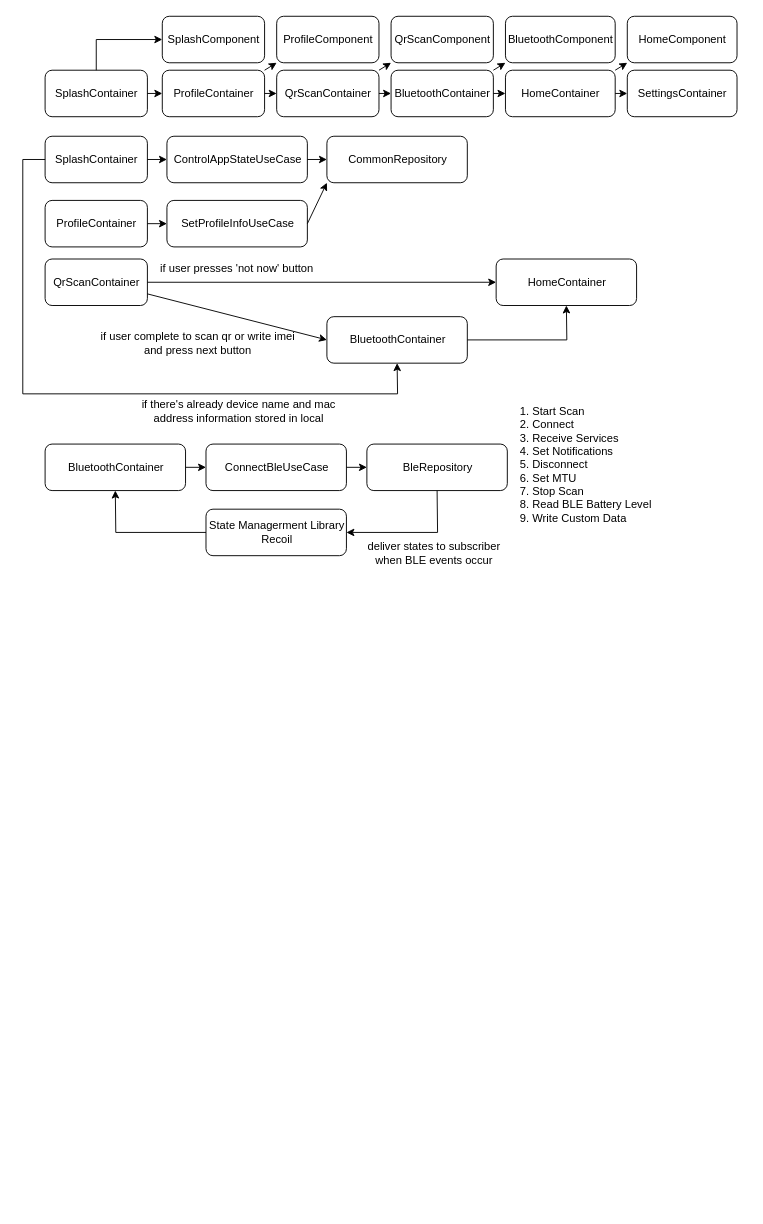
Earlier version of the draw.io diagram react_native/app_diagram.drawio (aidenkoog/awesome-app-architecture). Source tidied: cells renumbered, new cells numbered last; positions are measured from the earlier drawing's top-left corner, leaving out a move shared by most shapes. Both pictures are drawn from the tidied source at 93%, with x=0, y=0 at pixel (22, 16).
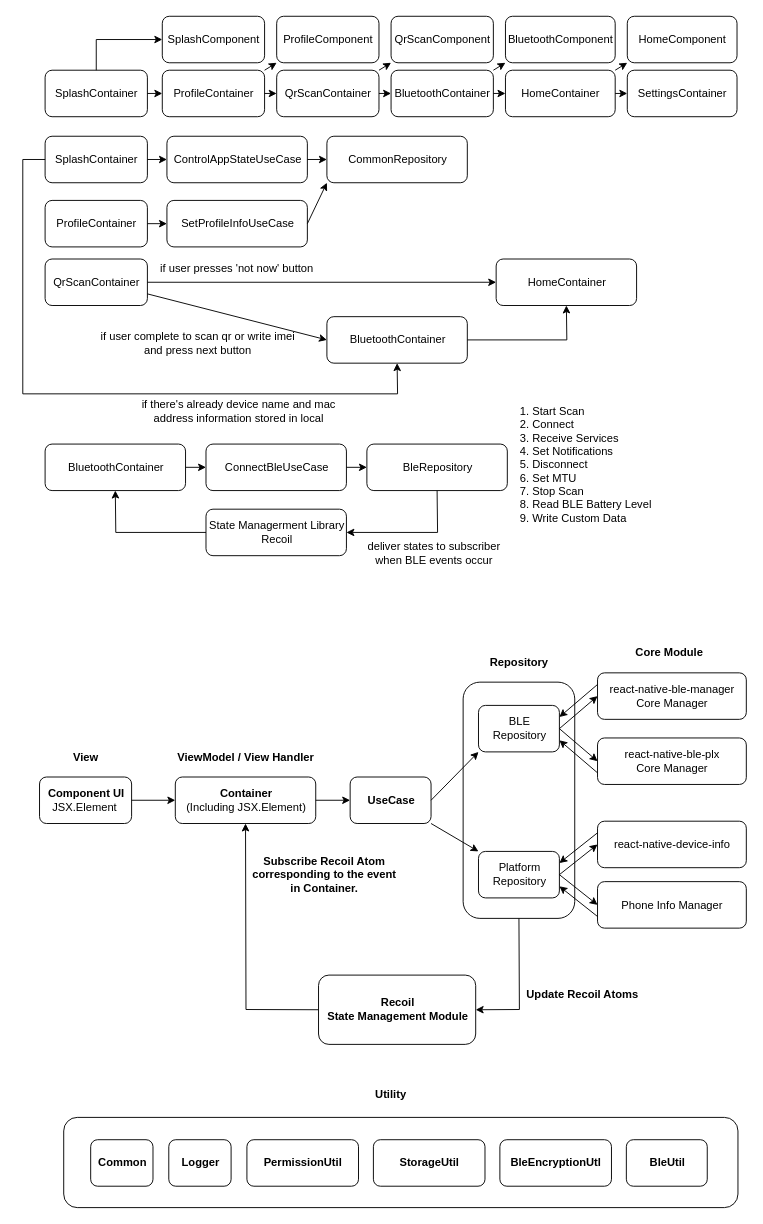
After the change.

Change to the diagram source:
```diff
@@
+    <mxCell id="52" style="rounded=1;whiteSpace=wrap;html=1;" parent="1" vertex="1">
+      <mxGeometry x="44" y="1184" width="725" height="97" as="geometry" />
+    </mxCell>
+    <mxCell id="53" style="rounded=1;whiteSpace=wrap;html=1;" parent="1" vertex="1">
+      <mxGeometry x="473.5" y="716" width="120" height="254" as="geometry" />
+    </mxCell>
@@
+    <mxCell id="54" value="&lt;b&gt;Component UI&lt;/b&gt;&lt;br&gt;JSX.Element&amp;nbsp;" style="html=1;rounded=1;" parent="1" vertex="1">
+      <mxGeometry x="18" y="818" width="99" height="50" as="geometry" />
+    </mxCell>
+    <mxCell id="55" value="&lt;b&gt;Container&lt;/b&gt;&lt;br&gt;(Including JSX.Element)" style="html=1;rounded=1;" parent="1" vertex="1">
+      <mxGeometry x="164" y="818" width="151" height="50" as="geometry" />
+    </mxCell>
+    <mxCell id="56" value="&lt;b&gt;UseCase&lt;/b&gt;" style="html=1;rounded=1;" parent="1" vertex="1">
+      <mxGeometry x="352" y="818" width="87" height="50" as="geometry" />
+    </mxCell>
+    <mxCell id="57" value="&lt;b&gt;Recoil&lt;br&gt;State Management Module&lt;/b&gt;" style="html=1;rounded=1;" parent="1" vertex="1">
+      <mxGeometry x="318" y="1031" width="169" height="74.5" as="geometry" />
+    </mxCell>
+    <mxCell id="58" value="Platform&lt;br&gt;Repository" style="html=1;rounded=1;" parent="1" vertex="1">
+      <mxGeometry x="490" y="898" width="87" height="50" as="geometry" />
+    </mxCell>
+    <mxCell id="59" value="BLE&lt;br&gt;Repository" style="html=1;rounded=1;" parent="1" vertex="1">
+      <mxGeometry x="490" y="741" width="87" height="50" as="geometry" />
+    </mxCell>
+    <mxCell id="60" value="react-native-ble-manager&lt;br&gt;Core Manager" style="html=1;rounded=1;" parent="1" vertex="1">
+      <mxGeometry x="618" y="706" width="160" height="50" as="geometry" />
+    </mxCell>
+    <mxCell id="61" value="react-native-ble-plx&lt;br&gt;Core Manager" style="html=1;rounded=1;" parent="1" vertex="1">
+      <mxGeometry x="618" y="776" width="160" height="50" as="geometry" />
+    </mxCell>
+    <mxCell id="62" value="react-native-device-info" style="html=1;rounded=1;" parent="1" vertex="1">
+      <mxGeometry x="618" y="865.5" width="160" height="50" as="geometry" />
+    </mxCell>
+    <mxCell id="63" value="Phone Info Manager" style="html=1;rounded=1;" parent="1" vertex="1">
+      <mxGeometry x="618" y="930.5" width="160" height="50" as="geometry" />
+    </mxCell>
+    <mxCell id="64" style="endArrow=classic;html=1;rounded=0;exitX=1;exitY=0.5;exitDx=0;exitDy=0;entryX=0;entryY=0.5;entryDx=0;entryDy=0;" parent="1" edge="1" source="54" target="55">
+      <mxGeometry relative="1" as="geometry" />
+    </mxCell>
+    <mxCell id="65" style="endArrow=classic;html=1;rounded=0;exitX=1;exitY=0.5;exitDx=0;exitDy=0;entryX=0;entryY=0.5;entryDx=0;entryDy=0;" parent="1" edge="1" source="55" target="56">
+      <mxGeometry relative="1" as="geometry" />
+    </mxCell>
+    <mxCell id="66" style="endArrow=classic;html=1;rounded=0;exitX=1;exitY=0.5;exitDx=0;exitDy=0;entryX=0;entryY=1;entryDx=0;entryDy=0;" parent="1" edge="1" source="56" target="59">
+      <mxGeometry relative="1" as="geometry" />
+    </mxCell>
+    <mxCell id="67" style="endArrow=classic;html=1;rounded=0;entryX=0;entryY=0;entryDx=0;entryDy=0;exitX=1;exitY=1;exitDx=0;exitDy=0;" parent="1" edge="1" source="56" target="58">
+      <mxGeometry relative="1" as="geometry" />
+    </mxCell>
+    <mxCell id="68" style="endArrow=classic;html=1;rounded=0;entryX=0;entryY=0.5;entryDx=0;entryDy=0;exitX=1;exitY=0.5;exitDx=0;exitDy=0;" parent="1" edge="1" source="59" target="60">
+      <mxGeometry relative="1" as="geometry" />
+    </mxCell>
+    <mxCell id="69" style="endArrow=classic;html=1;rounded=0;entryX=0;entryY=0.5;entryDx=0;entryDy=0;exitX=1;exitY=0.5;exitDx=0;exitDy=0;" parent="1" edge="1" source="59" target="61">
+      <mxGeometry relative="1" as="geometry" />
+    </mxCell>
+    <mxCell id="70" style="endArrow=classic;html=1;rounded=0;entryX=0;entryY=0.5;entryDx=0;entryDy=0;exitX=1;exitY=0.5;exitDx=0;exitDy=0;" parent="1" edge="1" source="58" target="62">
+      <mxGeometry relative="1" as="geometry" />
+    </mxCell>
+    <mxCell id="71" style="endArrow=classic;html=1;rounded=0;entryX=0;entryY=0.5;entryDx=0;entryDy=0;exitX=1;exitY=0.5;exitDx=0;exitDy=0;" parent="1" edge="1" source="58" target="63">
+      <mxGeometry relative="1" as="geometry" />
+    </mxCell>
+    <mxCell id="72" style="endArrow=classic;html=1;rounded=0;entryX=1;entryY=0.25;entryDx=0;entryDy=0;exitX=0;exitY=0.25;exitDx=0;exitDy=0;" parent="1" edge="1" source="60" target="59">
+      <mxGeometry relative="1" as="geometry" />
+    </mxCell>
+    <mxCell id="73" style="endArrow=classic;html=1;rounded=0;entryX=1;entryY=0.75;entryDx=0;entryDy=0;exitX=0;exitY=0.75;exitDx=0;exitDy=0;" parent="1" edge="1" source="61" target="59">
+      <mxGeometry relative="1" as="geometry" />
+    </mxCell>
+    <mxCell id="74" style="endArrow=classic;html=1;rounded=0;entryX=1;entryY=0.25;entryDx=0;entryDy=0;exitX=0;exitY=0.25;exitDx=0;exitDy=0;" parent="1" edge="1" source="62" target="58">
+      <mxGeometry relative="1" as="geometry" />
+    </mxCell>
+    <mxCell id="75" style="endArrow=classic;html=1;rounded=0;entryX=1;entryY=0.75;entryDx=0;entryDy=0;exitX=0;exitY=0.75;exitDx=0;exitDy=0;" parent="1" edge="1" source="63" target="58">
+      <mxGeometry relative="1" as="geometry" />
+    </mxCell>
+    <mxCell id="76" value="&lt;b&gt;Repository&lt;/b&gt;" style="text;html=1;strokeColor=none;fillColor=none;align=center;verticalAlign=middle;whiteSpace=wrap;rounded=0;" parent="1" vertex="1">
+      <mxGeometry x="503.5" y="680" width="60" height="30" as="geometry" />
+    </mxCell>
+    <mxCell id="77" value="&lt;b&gt;Core Module&lt;/b&gt;" style="text;html=1;strokeColor=none;fillColor=none;align=center;verticalAlign=middle;whiteSpace=wrap;rounded=0;" parent="1" vertex="1">
+      <mxGeometry x="655" y="669" width="81" height="30" as="geometry" />
+    </mxCell>
+    <mxCell id="78" value="&lt;b&gt;View&lt;/b&gt;" style="text;html=1;strokeColor=none;fillColor=none;align=center;verticalAlign=middle;whiteSpace=wrap;rounded=0;" parent="1" vertex="1">
+      <mxGeometry x="37.5" y="782" width="60" height="30" as="geometry" />
+    </mxCell>
+    <mxCell id="79" value="&lt;b&gt;ViewModel / View Handler&lt;/b&gt;" style="text;html=1;strokeColor=none;fillColor=none;align=center;verticalAlign=middle;whiteSpace=wrap;rounded=0;" parent="1" vertex="1">
+      <mxGeometry x="158.5" y="782" width="162" height="30" as="geometry" />
+    </mxCell>
+    <mxCell id="80" style="endArrow=classic;html=1;rounded=0;entryX=1;entryY=0.5;entryDx=0;entryDy=0;exitX=0.5;exitY=1;exitDx=0;exitDy=0;" parent="1" edge="1" source="53" target="57">
+      <mxGeometry relative="1" as="geometry">
+        <Array as="points">
+          <mxPoint x="534" y="1068" />
+        </Array>
+      </mxGeometry>
+    </mxCell>
+    <mxCell id="81" value="&lt;b&gt;Update Recoil Atoms&lt;/b&gt;" style="text;html=1;strokeColor=none;fillColor=none;align=center;verticalAlign=middle;whiteSpace=wrap;rounded=0;" parent="1" vertex="1">
+      <mxGeometry x="538" y="1037" width="128" height="30" as="geometry" />
+    </mxCell>
+    <mxCell id="82" style="endArrow=classic;html=1;rounded=0;entryX=0.5;entryY=1;entryDx=0;entryDy=0;exitX=0;exitY=0.5;exitDx=0;exitDy=0;" parent="1" edge="1" source="57" target="55">
+      <mxGeometry relative="1" as="geometry">
+        <Array as="points">
+          <mxPoint x="240" y="1068" />
+        </Array>
+      </mxGeometry>
+    </mxCell>
+    <mxCell id="83" value="&lt;b&gt;Subscribe Recoil Atom corresponding to the event in Container.&lt;/b&gt;" style="text;html=1;strokeColor=none;fillColor=none;align=center;verticalAlign=middle;whiteSpace=wrap;rounded=0;" parent="1" vertex="1">
+      <mxGeometry x="241" y="908" width="166.5" height="30" as="geometry" />
+    </mxCell>
+    <mxCell id="84" value="&lt;b&gt;BleUtil&lt;/b&gt;" style="html=1;rounded=1;" parent="1" vertex="1">
+      <mxGeometry x="649" y="1208" width="87" height="50" as="geometry" />
+    </mxCell>
+    <mxCell id="85" value="&lt;b&gt;BleEncryptionUtl&lt;/b&gt;" style="html=1;rounded=1;" parent="1" vertex="1">
+      <mxGeometry x="513" y="1208" width="120" height="50" as="geometry" />
+    </mxCell>
+    <mxCell id="86" value="&lt;b&gt;StorageUtil&lt;/b&gt;" style="html=1;rounded=1;" parent="1" vertex="1">
+      <mxGeometry x="377" y="1208" width="120" height="50" as="geometry" />
+    </mxCell>
+    <mxCell id="87" value="&lt;b&gt;PermissionUtil&lt;/b&gt;" style="html=1;rounded=1;" parent="1" vertex="1">
+      <mxGeometry x="241" y="1208" width="120" height="50" as="geometry" />
+    </mxCell>
+    <mxCell id="88" value="&lt;b&gt;Logger&lt;/b&gt;" style="html=1;rounded=1;" parent="1" vertex="1">
+      <mxGeometry x="157" y="1208" width="67" height="50" as="geometry" />
+    </mxCell>
+    <mxCell id="89" value="&lt;b&gt;Common&lt;/b&gt;" style="html=1;rounded=1;" parent="1" vertex="1">
+      <mxGeometry x="73" y="1208" width="67" height="50" as="geometry" />
+    </mxCell>
+    <mxCell id="90" value="&lt;b&gt;Utility&lt;/b&gt;" style="text;html=1;strokeColor=none;fillColor=none;align=center;verticalAlign=middle;whiteSpace=wrap;rounded=0;" parent="1" vertex="1">
+      <mxGeometry x="332" y="1145" width="128" height="30" as="geometry" />
+    </mxCell>
```
